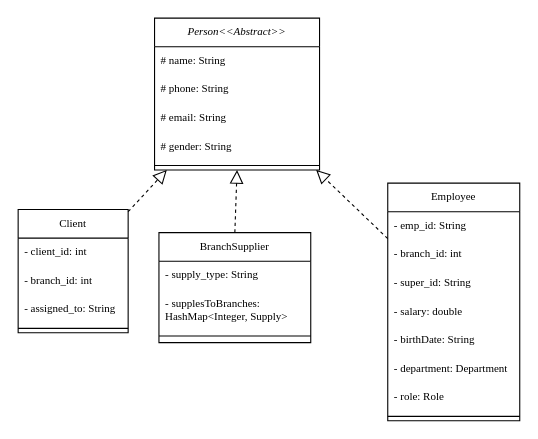
This is Frontend&SQL_sketch.drawio from Kazybekkh/KazCable-DBMS, a draw.io file, before an edit. Source tidied: cells renumbered, new cells numbered last; positions are measured from the earlier drawing's top-left corner, leaving out a move shared by most shapes. Both pictures are drawn from the tidied source at 110%, with x=0, y=0 at pixel (18, 18).
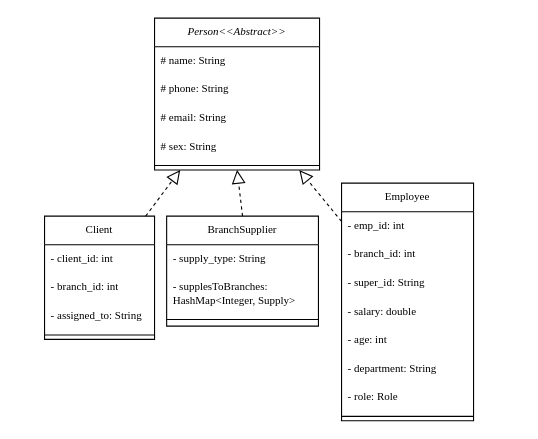
After the change.

Unchanged cells that the change refers to:
```xml
<mxCell id="2" value="Person&lt;&lt;Abstract&gt;&gt;" style="swimlane;fontStyle=2;align=center;verticalAlign=top;horizontal=1;startSize=26;rounded=0;shadow=0;strokeWidth=1;fontFamily=Times New Roman;fontSize=10;" parent="1" vertex="1">
  <mxGeometry x="124" width="150" height="138" as="geometry" />
</mxCell>
```

Diff of the diagram source:
```diff
@@
-    <mxCell id="6" value="# gender: String" style="text;align=left;verticalAlign=top;spacingLeft=4;spacingRight=4;overflow=hidden;rounded=0;shadow=0;html=0;fontFamily=Times New Roman;fontSize=10;" parent="2" vertex="1">
-      <mxGeometry y="104" width="150" height="26" as="geometry" />
-    </mxCell>
+    <mxCell id="29" value="# sex: String" style="text;align=left;verticalAlign=top;spacingLeft=4;spacingRight=4;overflow=hidden;rounded=0;shadow=0;html=0;fontFamily=Times New Roman;fontSize=10;" parent="2" vertex="1">
+      <mxGeometry y="104" width="150" height="26" as="geometry" />
+    </mxCell>
@@
     <mxCell id="8" value="Client" style="swimlane;fontStyle=0;align=center;verticalAlign=top;horizontal=1;startSize=26;rounded=0;shadow=0;strokeWidth=1;fontFamily=Times New Roman;fontSize=10;" parent="1" vertex="1">
-      <mxGeometry y="174" width="100" height="112" as="geometry" />
+      <mxGeometry x="24" y="180" width="100" height="112" as="geometry" />
     </mxCell>
@@
     <mxCell id="14" value="Employee" style="swimlane;fontStyle=0;align=center;verticalAlign=top;horizontal=1;startSize=26;rounded=0;shadow=0;strokeWidth=1;fontFamily=Times New Roman;fontSize=10;" parent="1" vertex="1">
-      <mxGeometry x="336" y="150" width="120" height="216" as="geometry" />
+      <mxGeometry x="294" y="150" width="120" height="216" as="geometry" />
     </mxCell>
-    <mxCell id="15" value="- emp_id: String" style="text;align=left;verticalAlign=top;spacingLeft=4;spacingRight=4;overflow=hidden;fontFamily=Times New Roman;fontSize=10;" parent="14" vertex="1">
-      <mxGeometry y="26" width="120" height="26" as="geometry" />
-    </mxCell>
+    <mxCell id="30" value="- emp_id: int" style="text;align=left;verticalAlign=top;spacingLeft=4;spacingRight=4;overflow=hidden;fontFamily=Times New Roman;fontSize=10;" parent="14" vertex="1">
+      <mxGeometry y="26" width="120" height="26" as="geometry" />
+    </mxCell>
@@
-    <mxCell id="19" value="- birthDate: String" style="text;align=left;verticalAlign=top;spacingLeft=4;spacingRight=4;overflow=hidden;fontFamily=Times New Roman;fontSize=10;" parent="14" vertex="1">
-      <mxGeometry y="130" width="120" height="26" as="geometry" />
-    </mxCell>
-    <mxCell id="20" value="- department: Department&#10;" style="text;align=left;verticalAlign=top;spacingLeft=4;spacingRight=4;overflow=hidden;fontFamily=Times New Roman;fontSize=10;" parent="14" vertex="1">
-      <mxGeometry y="156" width="120" height="26" as="geometry" />
-    </mxCell>
+    <mxCell id="31" value="- age: int" style="text;align=left;verticalAlign=top;spacingLeft=4;spacingRight=4;overflow=hidden;fontFamily=Times New Roman;fontSize=10;" parent="14" vertex="1">
+      <mxGeometry y="130" width="120" height="26" as="geometry" />
+    </mxCell>
+    <mxCell id="32" value="- department: String" style="text;align=left;verticalAlign=top;spacingLeft=4;spacingRight=4;overflow=hidden;fontFamily=Times New Roman;fontSize=10;" parent="14" vertex="1">
+      <mxGeometry y="156" width="120" height="26" as="geometry" />
+    </mxCell>
@@
     <mxCell id="24" value="BranchSupplier" style="swimlane;fontStyle=0;align=center;verticalAlign=top;horizontal=1;startSize=26;rounded=0;shadow=0;strokeWidth=1;fontFamily=Times New Roman;fontSize=10;" parent="1" vertex="1">
-      <mxGeometry x="128" y="195" width="138" height="100" as="geometry" />
+      <mxGeometry x="135" y="180" width="138" height="100" as="geometry" />
     </mxCell>
```
